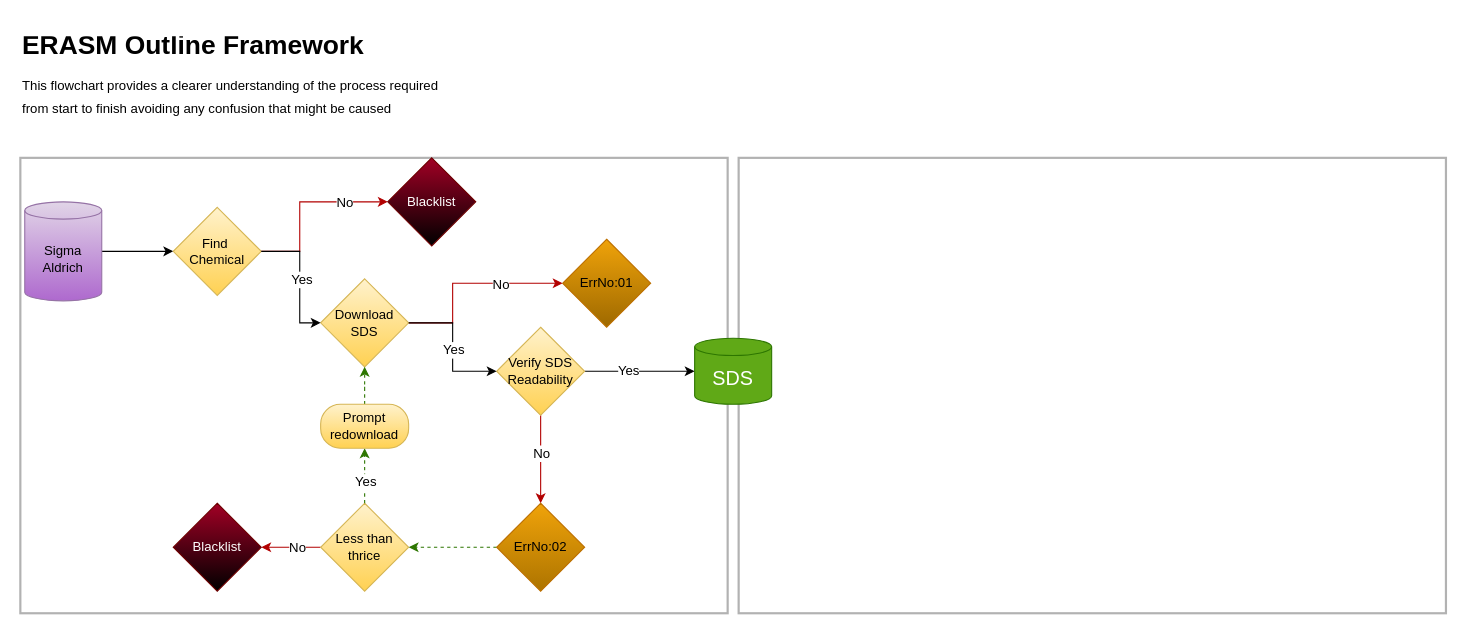
PaiSuryaDarshan/E-RASM keeps this draw.io diagram as ERASM_Blueprint.drawio. Above is the earlier version. Source tidied: cells renumbered, new cells numbered last; positions are measured from the earlier drawing's top-left corner, leaving out a move shared by most shapes. Both pictures are drawn from the tidied source at 110%, with x=0, y=0 at pixel (20, 29).
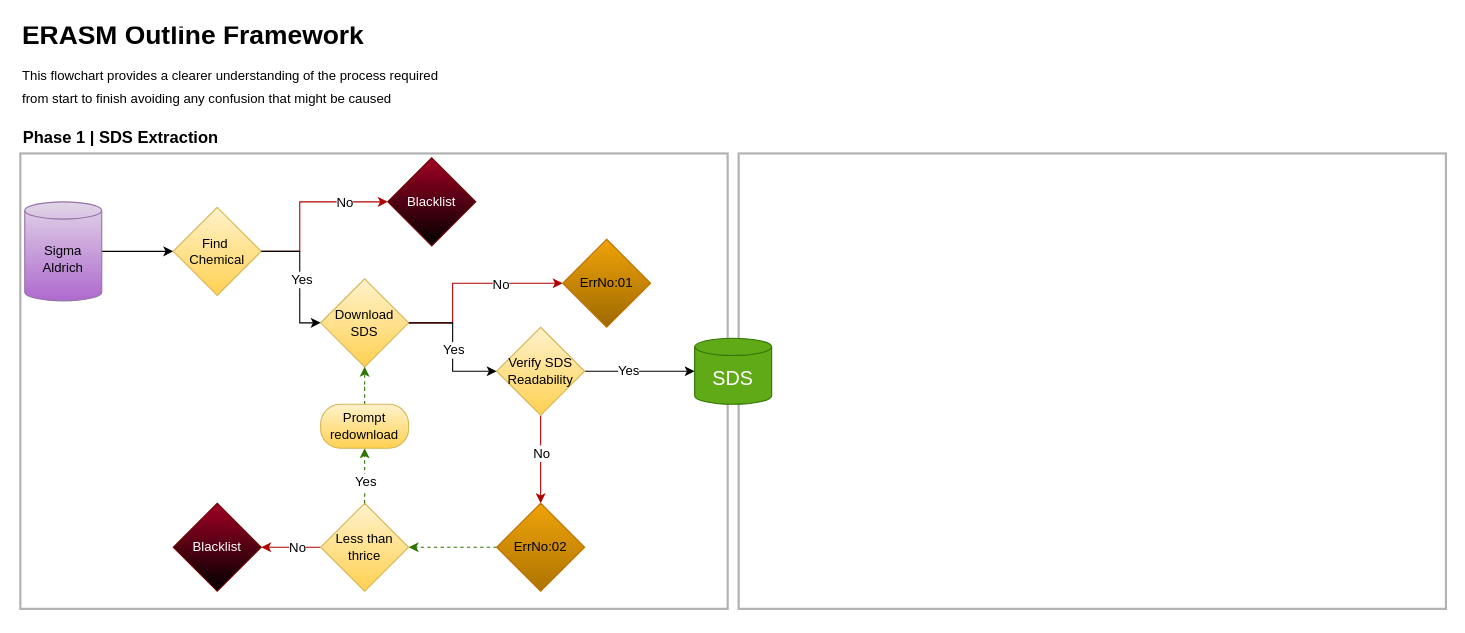
The same diagram, later.

The edit, as a diff of the source:
```diff
@@
     <mxCell id="2" style="rounded=0;whiteSpace=wrap;html=1;fillColor=none;strokeWidth=2;opacity=30;" parent="1" vertex="1">
-      <mxGeometry x="653" y="117" width="643" height="414" as="geometry" />
+      <mxGeometry x="653" y="113" width="643" height="414" as="geometry" />
     </mxCell>
     <mxCell id="3" style="rounded=0;whiteSpace=wrap;html=1;fillColor=none;strokeWidth=2;opacity=30;" parent="1" vertex="1">
-      <mxGeometry y="117" width="643" height="414" as="geometry" />
+      <mxGeometry y="113" width="643" height="414" as="geometry" />
     </mxCell>
     <mxCell id="4" value="&lt;h1 style=&quot;margin-top: 0px; line-height: 70%;&quot;&gt;&lt;span style=&quot;background-color: initial;&quot;&gt;ERASM Outline Framework&lt;/span&gt;&lt;/h1&gt;&lt;h1 style=&quot;margin-top: 0px; line-height: 70%;&quot;&gt;&lt;span style=&quot;font-size: 12px; font-weight: normal;&quot;&gt;This flowchart provides a clearer understanding of the process required from start to finish avoiding any confusion that might be caused&lt;/span&gt;&lt;/h1&gt;" style="text;html=1;whiteSpace=wrap;overflow=hidden;rounded=0;" parent="1" vertex="1">
-      <mxGeometry width="390" height="90" as="geometry" />
+      <mxGeometry y="-9" width="390" height="90" as="geometry" />
     </mxCell>
@@
+    <mxCell id="36" value="&lt;b style=&quot;font-size: 15px;&quot;&gt;Phase 1 | SDS Extraction&lt;/b&gt;" style="text;html=1;align=center;verticalAlign=middle;whiteSpace=wrap;rounded=0;fontFamily=Helvetica;fontSize=15;fontColor=default;" parent="1" vertex="1">
+      <mxGeometry y="83" width="183" height="30" as="geometry" />
+    </mxCell>
```
